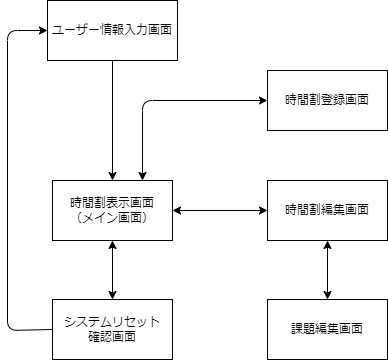
masaki1234567/psp4 keeps this draw.io diagram as 振る舞い図/画面遷移図/画面遷移図.drawio.png. Above is the earlier version. Source tidied: cells renumbered, new cells last; positions are measured from the earlier drawing's top-left corner, leaving out a move shared by most shapes.
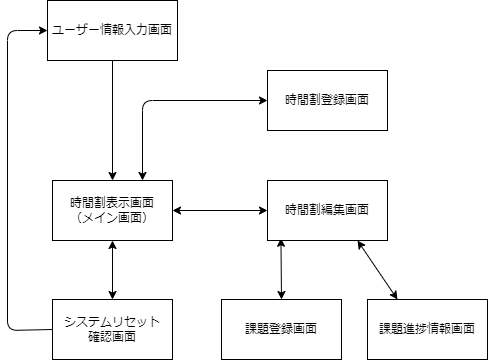
Above is the later version.

Commit message:
一つ増えました

What changed in the source:
```diff
@@ -17,14 +17,14 @@
     <mxCell id="6" value="時間割表示画面&lt;br&gt;（メイン画面）" style="rounded=0;whiteSpace=wrap;html=1;" parent="1" vertex="1">
       <mxGeometry x="45" y="180" width="120" height="60" as="geometry" />
     </mxCell>
-    <mxCell id="7" style="edgeStyle=none;html=1;exitX=0.5;exitY=1;exitDx=0;exitDy=0;entryX=0.5;entryY=0;entryDx=0;entryDy=0;startArrow=classic;startFill=1;" parent="1" edge="1" source="8" target="9">
+    <mxCell id="7" style="edgeStyle=none;html=1;exitX=0.112;exitY=0.963;exitDx=0;exitDy=0;entryX=0.5;entryY=0;entryDx=0;entryDy=0;startArrow=classic;startFill=1;exitPerimeter=0;" parent="1" edge="1" source="8" target="9">
       <mxGeometry relative="1" as="geometry" />
     </mxCell>
     <mxCell id="8" value="時間割編集画面" style="rounded=0;whiteSpace=wrap;html=1;" parent="1" vertex="1">
       <mxGeometry x="260" y="180" width="120" height="60" as="geometry" />
     </mxCell>
-    <mxCell id="9" value="課題編集画面" style="rounded=0;whiteSpace=wrap;html=1;" parent="1" vertex="1">
-      <mxGeometry x="260" y="299" width="120" height="60" as="geometry" />
+    <mxCell id="9" value="課題登録画面" style="rounded=0;whiteSpace=wrap;html=1;" parent="1" vertex="1">
+      <mxGeometry x="214" y="299" width="120" height="60" as="geometry" />
     </mxCell>
     <mxCell id="10" style="edgeStyle=none;html=1;exitX=0;exitY=0.5;exitDx=0;exitDy=0;entryX=0;entryY=0.5;entryDx=0;entryDy=0;startArrow=none;startFill=0;" parent="1" edge="1" source="11" target="3">
       <mxGeometry relative="1" as="geometry">
@@ -47,5 +47,11 @@
     <mxCell id="13" value="時間割登録画面" style="rounded=0;whiteSpace=wrap;html=1;" parent="1" vertex="1">
       <mxGeometry x="260" y="70" width="120" height="60" as="geometry" />
     </mxCell>
+    <mxCell id="14" style="edgeStyle=none;html=1;exitX=0.25;exitY=0;exitDx=0;exitDy=0;entryX=0.75;entryY=1;entryDx=0;entryDy=0;startArrow=classic;startFill=1;" parent="1" edge="1" source="15" target="8">
+      <mxGeometry relative="1" as="geometry" />
+    </mxCell>
+    <mxCell id="15" value="課題進捗情報画面" style="rounded=0;whiteSpace=wrap;html=1;" parent="1" vertex="1">
+      <mxGeometry x="360" y="299" width="120" height="60" as="geometry" />
+    </mxCell>
   </root>
 </mxGraphModel>
```
